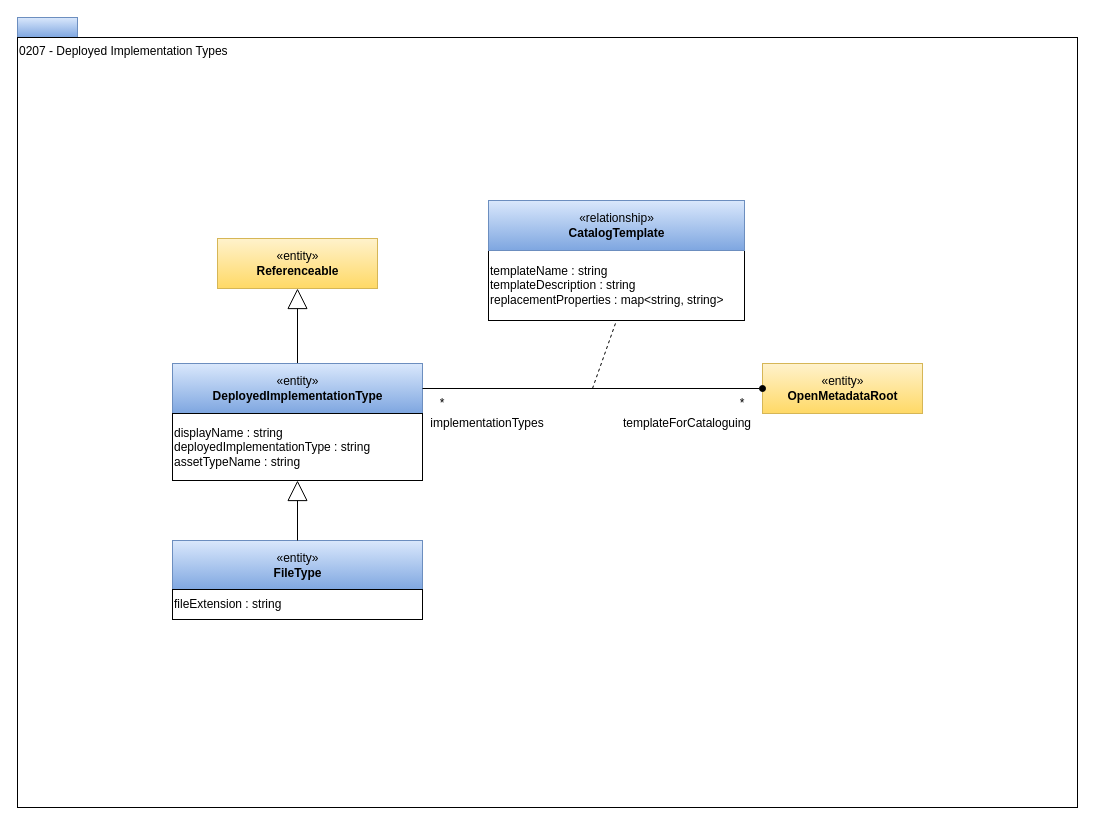
The draw.io diagram page "0207-Deployed-Implementation-Types" (4 of 25) of site/docs/types/2/area-2-assets.drawio in odpi/egeria-docs, before the edit. Source tidied: cells renumbered, new cells numbered last; positions are measured from the earlier drawing's top-left corner, leaving out a move shared by most shapes. Both pictures are drawn from the tidied source at 100%, with x=0, y=0 at pixel (17, 17).
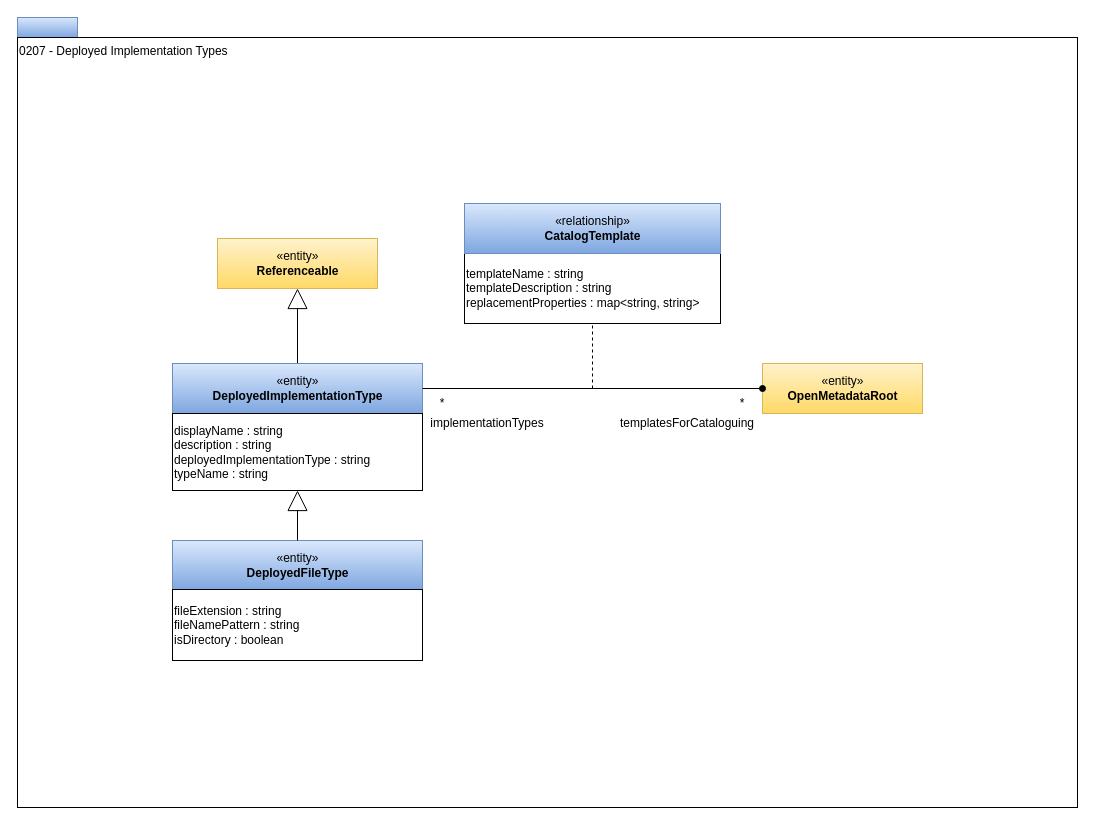
The same diagram, later.

The edit, as a diff of the source:
```diff
@@
-    <mxCell id="4" value="«entity»&lt;br&gt;&lt;b&gt;FileType&lt;/b&gt;" style="html=1;strokeColor=#6c8ebf;align=center;fillColor=#dae8fc;gradientColor=#7ea6e0;" parent="1" vertex="1">
+    <mxCell id="4" value="«entity»&lt;br&gt;&lt;b&gt;DeployedFileType&lt;/b&gt;" style="html=1;strokeColor=#6c8ebf;align=center;fillColor=#dae8fc;gradientColor=#7ea6e0;" parent="1" vertex="1">
       <mxGeometry x="155" y="523" width="250" height="50" as="geometry" />
     </mxCell>
@@
-    <mxCell id="11" value="templateForCataloguing" style="text;html=1;strokeColor=none;fillColor=none;align=center;verticalAlign=middle;whiteSpace=wrap;rounded=0;" parent="1" vertex="1">
+    <mxCell id="11" value="templatesForCataloguing" style="text;html=1;strokeColor=none;fillColor=none;align=center;verticalAlign=middle;whiteSpace=wrap;rounded=0;" parent="1" vertex="1">
       <mxGeometry x="595" y="396" width="150" height="20" as="geometry" />
     </mxCell>
@@
     <mxCell id="14" value="templateName : string&lt;br&gt;templateDescription : string&lt;br&gt;replacementProperties : map&amp;lt;string, string&amp;gt;" style="rounded=0;whiteSpace=wrap;html=1;strokeColor=#000000;gradientColor=#ffffff;align=left;" parent="1" vertex="1">
-      <mxGeometry x="471" y="233" width="256" height="70" as="geometry" />
+      <mxGeometry x="447" y="236" width="256" height="70" as="geometry" />
     </mxCell>
     <mxCell id="15" value="«relationship»&lt;br&gt;&lt;b&gt;CatalogTemplate&lt;/b&gt;" style="html=1;strokeColor=#6c8ebf;align=center;fillColor=#dae8fc;gradientColor=#7ea6e0;" parent="1" vertex="1">
-      <mxGeometry x="471" y="183" width="256" height="50" as="geometry" />
+      <mxGeometry x="447" y="186" width="256" height="50" as="geometry" />
     </mxCell>
-    <mxCell id="16" value="fileExtension : string" style="rounded=0;whiteSpace=wrap;html=1;strokeColor=#000000;gradientColor=#ffffff;align=left;" parent="1" vertex="1">
-      <mxGeometry x="155" y="572" width="250" height="30" as="geometry" />
+    <mxCell id="16" value="fileExtension : string&lt;br&gt;fileNamePattern : string&lt;br&gt;isDirectory : boolean" style="rounded=0;whiteSpace=wrap;html=1;strokeColor=#000000;gradientColor=#ffffff;align=left;" parent="1" vertex="1">
+      <mxGeometry x="155" y="572" width="250" height="71" as="geometry" />
     </mxCell>
-    <mxCell id="17" value="displayName : string&lt;br&gt;deployedImplementationType : string&lt;br&gt;assetTypeName : string" style="rounded=0;whiteSpace=wrap;html=1;strokeColor=#000000;gradientColor=#ffffff;align=left;" parent="1" vertex="1">
-      <mxGeometry x="155" y="396" width="250" height="67" as="geometry" />
+    <mxCell id="17" value="displayName : string&lt;br&gt;description : string&lt;br&gt;deployedImplementationType : string&lt;br&gt;typeName : string" style="rounded=0;whiteSpace=wrap;html=1;strokeColor=#000000;gradientColor=#ffffff;align=left;" parent="1" vertex="1">
+      <mxGeometry x="155" y="396" width="250" height="77" as="geometry" />
     </mxCell>
```
